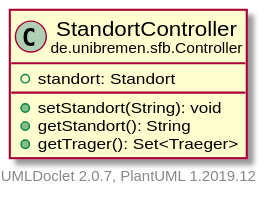
Earlier version of the PlantUML export doc/UML/modulsichtSVG/StandortController.svg (fkehlenb/softwareprojekt-2).
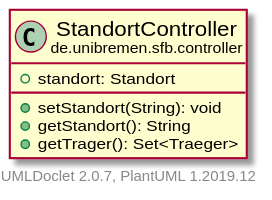
Above is the later version.

Diff of the diagram source:
```diff
@@ -3,7 +3,7 @@
     hide empty fields
     hide empty methods
 
-    class "<size:14>StandortController\n<size:10>de.unibremen.sfb.Controller" as de.unibremen.sfb.Controller.StandortController [[StandortController.html]] {
+    class "<size:14>StandortController\n<size:10>de.unibremen.sfb.controller" as de.unibremen.sfb.controller.StandortController [[StandortController.html]] {
         +standort: Standort
         +setStandort(String): void
         +getStandort(): String
```
